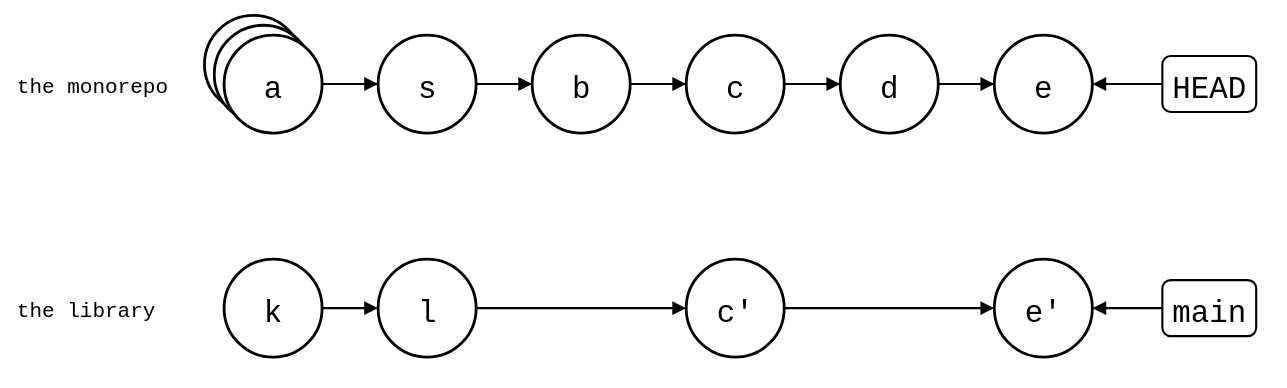
Earlier version of the draw.io export test/comparisons/git-subtree-splice.drawio.svg (roschaefer/git-splice). Source tidied: cells renumbered, new cells last; positions are measured from the earlier drawing's top-left corner, leaving out a move shared by most shapes.
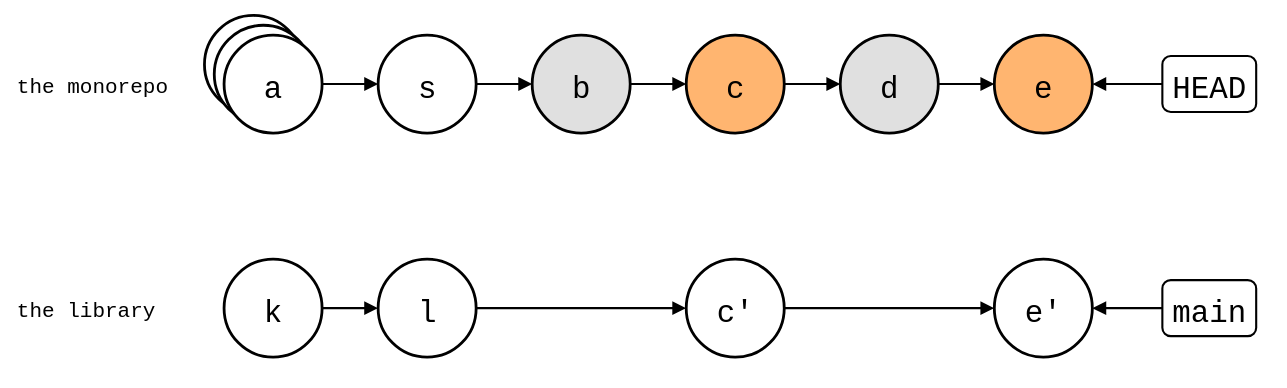
The same diagram one commit later.

What changed in the source:
```diff
@@ -20,16 +20,16 @@
     <mxCell id="7" value="s" style="ellipse;strokeWidth=2;fontSize=22;fontFamily=Roboto Mono,monospace;" parent="1" vertex="1">
       <mxGeometry x="260" y="14" width="70" height="70" as="geometry" />
     </mxCell>
-    <mxCell id="8" value="b" style="ellipse;strokeWidth=2;fontSize=22;fontFamily=Roboto Mono,monospace;" parent="1" vertex="1">
+    <mxCell id="8" value="b" style="ellipse;strokeWidth=2;fontSize=22;fontFamily=Roboto Mono,monospace;fillColor=#E0E0E0;" parent="1" vertex="1">
       <mxGeometry x="370" y="14" width="70" height="70" as="geometry" />
     </mxCell>
-    <mxCell id="9" value="c" style="ellipse;strokeWidth=2;fontSize=22;fontFamily=Roboto Mono,monospace;" parent="1" vertex="1">
+    <mxCell id="9" value="c" style="ellipse;strokeWidth=2;fontSize=22;fontFamily=Roboto Mono,monospace;fillColor=#FFB570;" parent="1" vertex="1">
       <mxGeometry x="480" y="14" width="70" height="70" as="geometry" />
     </mxCell>
-    <mxCell id="10" value="d" style="ellipse;strokeWidth=2;fontSize=22;fontFamily=Roboto Mono,monospace;" parent="1" vertex="1">
+    <mxCell id="10" value="d" style="ellipse;strokeWidth=2;fontSize=22;fontFamily=Roboto Mono,monospace;fillColor=#E0E0E0;" parent="1" vertex="1">
       <mxGeometry x="590" y="14" width="70" height="70" as="geometry" />
     </mxCell>
-    <mxCell id="11" value="e" style="ellipse;strokeWidth=2;fontSize=22;fontFamily=Roboto Mono,monospace;" parent="1" vertex="1">
+    <mxCell id="11" value="e" style="ellipse;strokeWidth=2;fontSize=22;fontFamily=Roboto Mono,monospace;fillColor=#FFB570;" parent="1" vertex="1">
       <mxGeometry x="700" y="14" width="70" height="70" as="geometry" />
     </mxCell>
     <mxCell id="12" value="k" style="ellipse;strokeWidth=2;fontSize=22;fontFamily=Roboto Mono,monospace;" parent="1" vertex="1">
```
